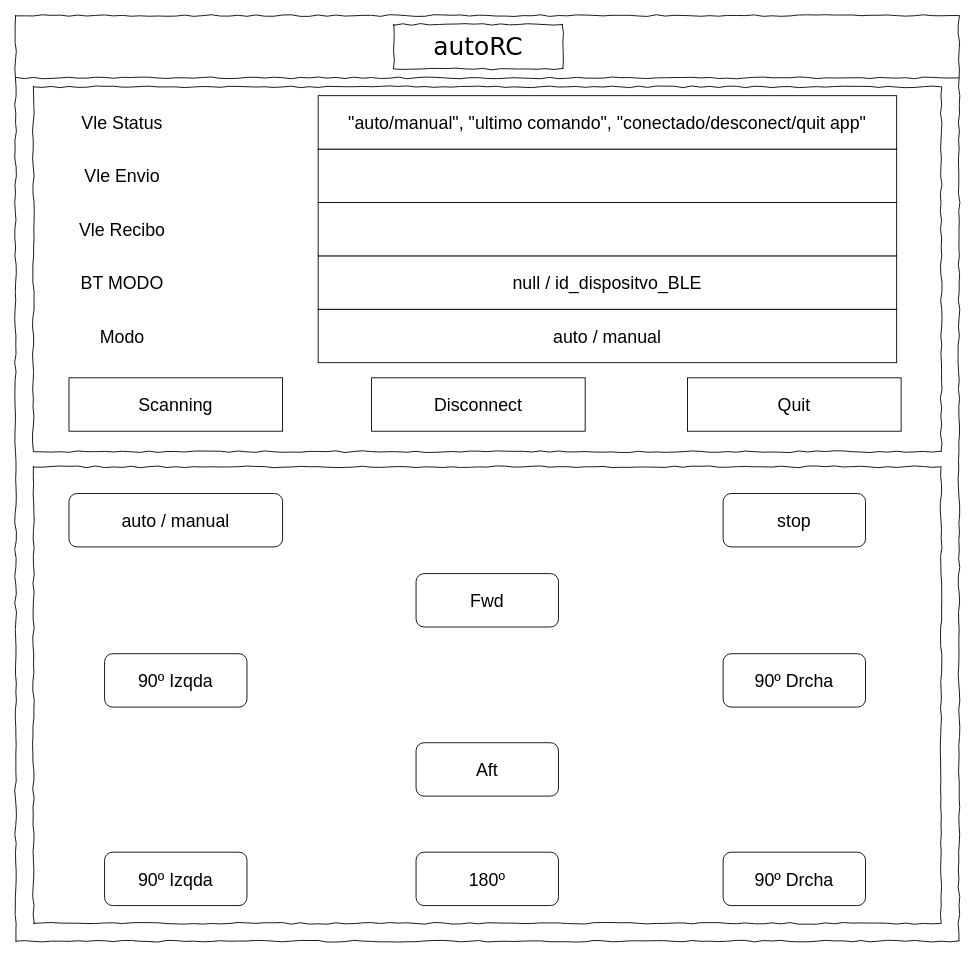
jormiDev/cocheRC-BT keeps this draw.io diagram as page "app MIT inventor" (1 of 3) of autoRC - appBT.drawio. Above is the earlier version. Source tidied: cells renumbered, new cells numbered last; positions are measured from the earlier drawing's top-left corner, leaving out a move shared by most shapes. Both pictures are drawn from the tidied source at 89%, with x=0, y=0 at pixel (15, 15).
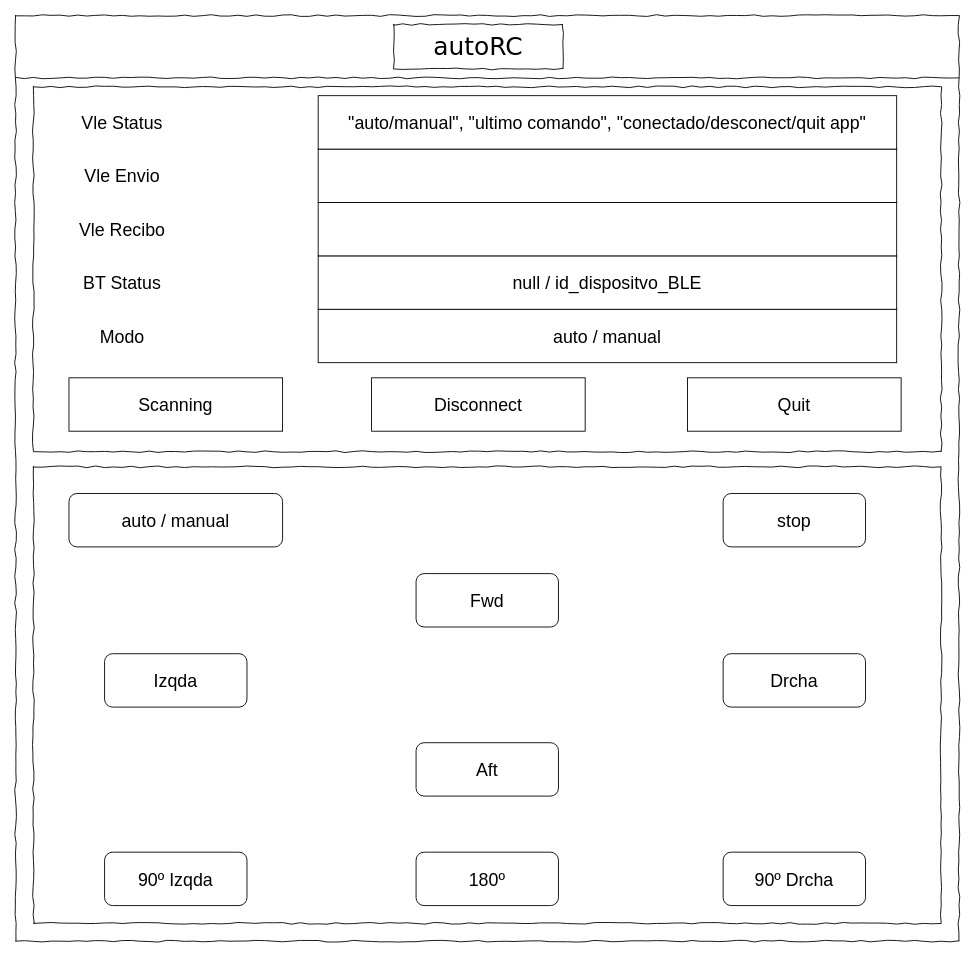
The same diagram, later.

Diff of the diagram source:
```diff
@@
-    <mxCell id="13" value="90º Drcha" style="rounded=1;whiteSpace=wrap;html=1;fontSize=20;" parent="1" vertex="1">
+    <mxCell id="13" value="Drcha" style="rounded=1;whiteSpace=wrap;html=1;fontSize=20;" parent="1" vertex="1">
       <mxGeometry x="795" y="717" width="160" height="60" as="geometry" />
     </mxCell>
-    <mxCell id="14" value="90º Izqda" style="rounded=1;whiteSpace=wrap;html=1;fontSize=20;" parent="1" vertex="1">
+    <mxCell id="14" value="Izqda" style="rounded=1;whiteSpace=wrap;html=1;fontSize=20;" parent="1" vertex="1">
       <mxGeometry x="100" y="717" width="160" height="60" as="geometry" />
     </mxCell>
@@
-    <mxCell id="20" value="BT MODO" style="rounded=0;whiteSpace=wrap;html=1;fontSize=20;fillColor=none;strokeColor=none;" parent="1" vertex="1">
+    <mxCell id="20" value="BT Status" style="rounded=0;whiteSpace=wrap;html=1;fontSize=20;fillColor=none;strokeColor=none;" parent="1" vertex="1">
       <mxGeometry x="60" y="270" width="120" height="60" as="geometry" />
     </mxCell>
```
